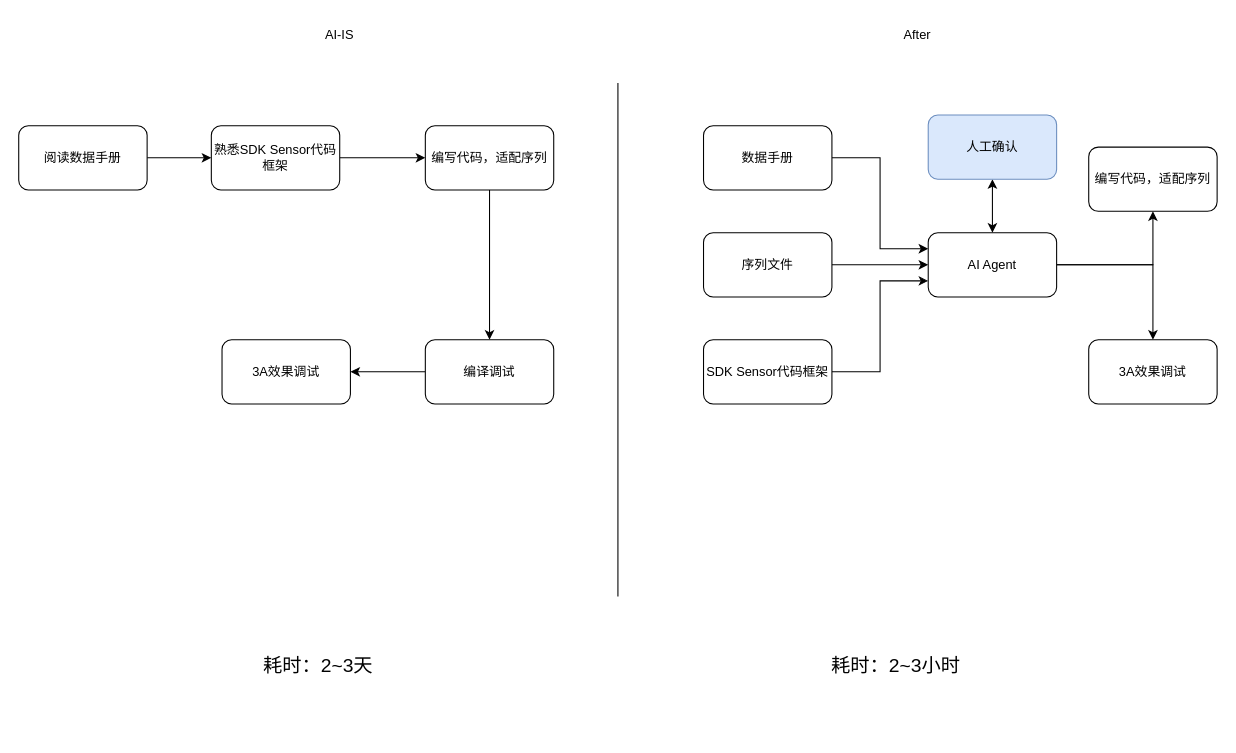
This is page "sensor适配" (3 of 5) of 未命名绘图.drawio from halfmonth/record, a draw.io file, before an edit. Source tidied: cells renumbered, new cells numbered last; positions are measured from the earlier drawing's top-left corner, leaving out a move shared by most shapes. Both pictures are drawn from the tidied source at 107%, with x=0, y=0 at pixel (18, 18).
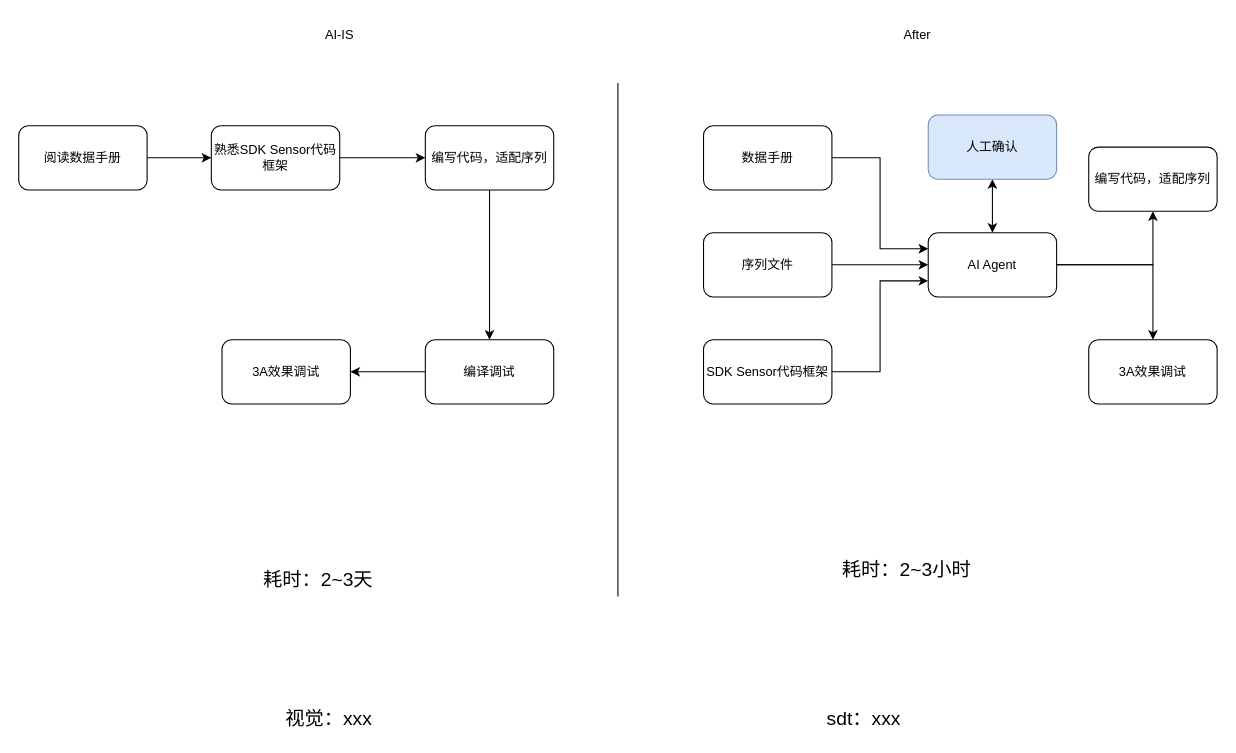
Above is the later version.

Commit message:
更新未命名绘图.drawio

Change to the diagram source:
```diff
@@
     <mxCell id="14" value="&lt;font style=&quot;font-size: 18px;&quot;&gt;耗时：2~3天&lt;/font&gt;" style="text;html=1;whiteSpace=wrap;strokeColor=none;fillColor=none;align=center;verticalAlign=middle;rounded=0;" parent="1" vertex="1">
-      <mxGeometry x="190" y="590" width="180" height="30" as="geometry" />
+      <mxGeometry x="190" y="510" width="180" height="30" as="geometry" />
     </mxCell>
@@
     <mxCell id="28" value="&lt;font style=&quot;font-size: 18px;&quot;&gt;耗时：2~3小时&lt;/font&gt;" style="text;html=1;whiteSpace=wrap;strokeColor=none;fillColor=none;align=center;verticalAlign=middle;rounded=0;" parent="1" vertex="1">
-      <mxGeometry x="730" y="590" width="180" height="30" as="geometry" />
+      <mxGeometry x="740" y="500" width="180" height="30" as="geometry" />
     </mxCell>
+    <mxCell id="29" value="&lt;font style=&quot;font-size: 18px;&quot;&gt;视觉：xxx&lt;/font&gt;" style="text;html=1;whiteSpace=wrap;strokeColor=none;fillColor=none;align=center;verticalAlign=middle;rounded=0;" parent="1" vertex="1">
+      <mxGeometry x="200" y="640" width="180" height="30" as="geometry" />
+    </mxCell>
+    <mxCell id="30" value="&lt;font style=&quot;font-size: 18px;&quot;&gt;sdt：xxx&lt;/font&gt;" style="text;html=1;whiteSpace=wrap;strokeColor=none;fillColor=none;align=center;verticalAlign=middle;rounded=0;" parent="1" vertex="1">
+      <mxGeometry x="700" y="640" width="180" height="30" as="geometry" />
+    </mxCell>
```
